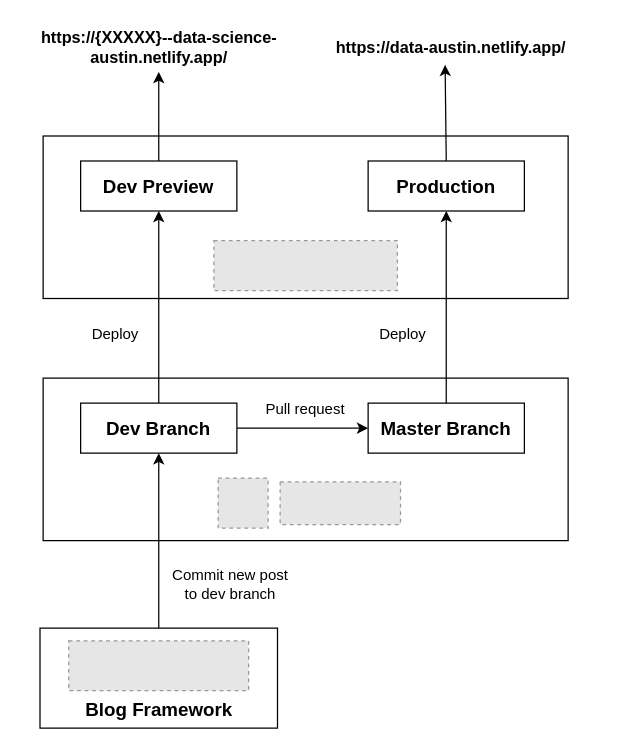
Above: static/media/2020-10-01---How-to-Create-Personal-Blog.drawio in ntsns98/data-austin (draw.io), before the change. Source tidied: cells renumbered, new cells numbered last; positions are measured from the earlier drawing's top-left corner, leaving out a move shared by most shapes. Both pictures are drawn from the tidied source at 125%, with x=0, y=0 at pixel (20, 21). Pictures stored in the file or linked from it are replaced by grey dashed boxes.
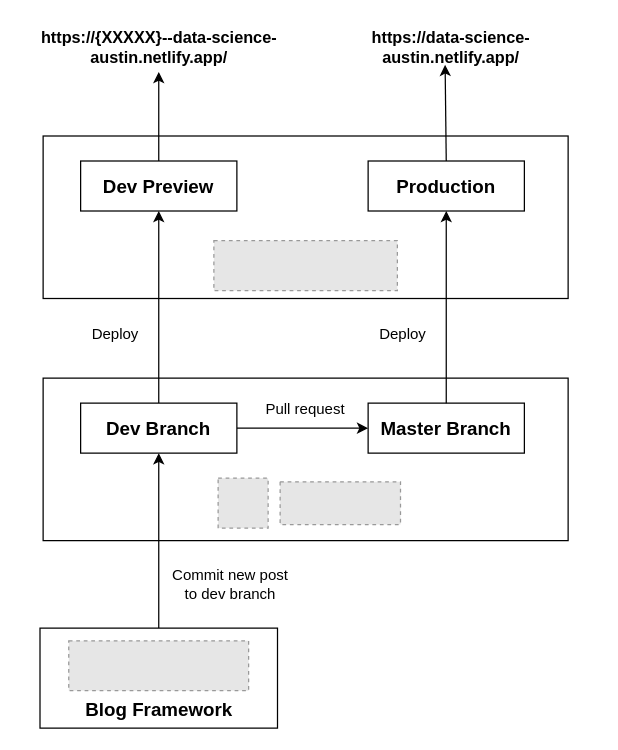
The same diagram, later.

The edit, as a diff of the source:
```diff
@@
-    <mxCell id="23" value="&lt;b&gt;&lt;font style=&quot;font-size: 13px&quot;&gt;https://data-austin.netlify.app/&lt;/font&gt;&lt;/b&gt;" style="text;html=1;strokeColor=none;fillColor=none;align=center;verticalAlign=middle;whiteSpace=wrap;rounded=0;" parent="1" vertex="1">
+    <mxCell id="23" value="&lt;b&gt;&lt;font style=&quot;font-size: 13px&quot;&gt;https://data-science-austin.netlify.app/&lt;/font&gt;&lt;/b&gt;" style="text;html=1;strokeColor=none;fillColor=none;align=center;verticalAlign=middle;whiteSpace=wrap;rounded=0;" parent="1" vertex="1">
       <mxGeometry x="228" y="5" width="232.5" height="30" as="geometry" />
     </mxCell>
```
